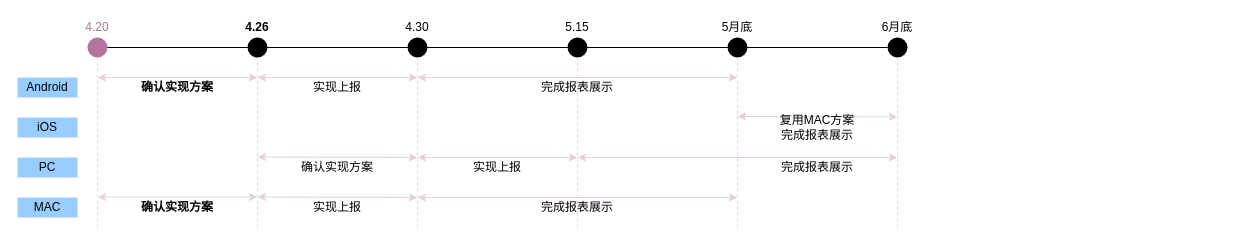
Earlier version of the draw.io diagram 启动任务进度.drawio (Cmdone/Draw.io). Source tidied: cells renumbered, new cells numbered last; positions are measured from the earlier drawing's top-left corner, leaving out a move shared by most shapes. Both pictures are drawn from the tidied source at 100%, with x=0, y=0 at pixel (17, 17).
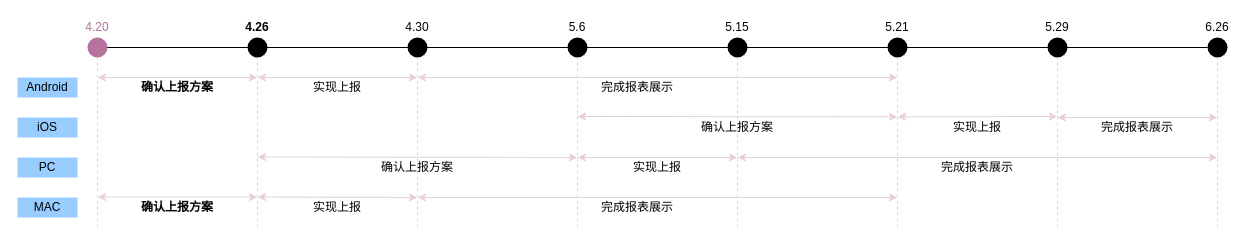
After the change.

Commit message (it also covers changes not shown here):
Update 启动任务进度.drawio

The edit, as a diff of the source:
```diff
@@
     <mxCell id="2" style="endArrow=classic;startArrow=classic;html=1;strokeColor=#E6D0DE;" parent="1" edge="1">
       <mxGeometry relative="1" as="geometry">
         <mxPoint x="880" y="99.3" as="sourcePoint" />
-        <mxPoint x="720" y="99" as="targetPoint" />
+        <mxPoint x="560" y="99" as="targetPoint" />
       </mxGeometry>
     </mxCell>
@@
-    <mxCell id="4" style="endArrow=none;html=1;" parent="1" edge="1" target="15">
+    <mxCell id="4" style="endArrow=none;html=1;" parent="1" edge="1" target="47">
       <mxGeometry relative="1" as="geometry">
         <mxPoint x="80" y="30" as="sourcePoint" />
       </mxGeometry>
     </mxCell>
@@
     <mxCell id="11" style="shape=ellipse;fillColor=#000000;strokeColor=none;html=1;" parent="1" vertex="1">
-      <mxGeometry x="550" y="20" width="20" height="20" as="geometry" />
+      <mxGeometry x="710" y="20" width="20" height="20" as="geometry" />
     </mxCell>
     <mxCell id="12" value="5.15" style="text;html=1;strokeColor=none;fillColor=none;align=center;verticalAlign=middle;whiteSpace=wrap;rounded=0;" parent="1" vertex="1">
-      <mxGeometry x="540" width="40" height="20" as="geometry" />
+      <mxGeometry x="700" width="40" height="20" as="geometry" />
     </mxCell>
     <mxCell id="13" style="shape=ellipse;fillColor=#000000;strokeColor=none;html=1;" parent="1" vertex="1">
-      <mxGeometry x="710" y="20" width="20" height="20" as="geometry" />
+      <mxGeometry x="870" y="20" width="20" height="20" as="geometry" />
     </mxCell>
-    <mxCell id="14" value="5月底" style="text;html=1;strokeColor=none;fillColor=none;align=center;verticalAlign=middle;whiteSpace=wrap;rounded=0;" parent="1" vertex="1">
-      <mxGeometry x="700" width="40" height="20" as="geometry" />
+    <mxCell id="14" value="5.21" style="text;html=1;strokeColor=none;fillColor=none;align=center;verticalAlign=middle;whiteSpace=wrap;rounded=0;" parent="1" vertex="1">
+      <mxGeometry x="860" width="40" height="20" as="geometry" />
     </mxCell>
     <mxCell id="15" style="shape=ellipse;fillColor=#000000;strokeColor=none;html=1;" parent="1" vertex="1">
-      <mxGeometry x="870" y="20" width="20" height="20" as="geometry" />
+      <mxGeometry x="1030" y="20" width="20" height="20" as="geometry" />
     </mxCell>
-    <mxCell id="16" value="6月底" style="text;html=1;strokeColor=none;fillColor=none;align=center;verticalAlign=middle;whiteSpace=wrap;rounded=0;" parent="1" vertex="1">
-      <mxGeometry x="860" width="40" height="20" as="geometry" />
+    <mxCell id="16" value="5.29" style="text;html=1;strokeColor=none;fillColor=none;align=center;verticalAlign=middle;whiteSpace=wrap;rounded=0;" parent="1" vertex="1">
+      <mxGeometry x="1020" width="40" height="20" as="geometry" />
     </mxCell>
@@
-    <mxCell id="21" value="&lt;b&gt;确认实现方案&lt;/b&gt;" style="text;html=1;strokeColor=none;fillColor=none;align=center;verticalAlign=middle;whiteSpace=wrap;rounded=0;" parent="1" vertex="1">
+    <mxCell id="21" value="&lt;b&gt;确认上报方案&lt;/b&gt;" style="text;html=1;strokeColor=none;fillColor=none;align=center;verticalAlign=middle;whiteSpace=wrap;rounded=0;" parent="1" vertex="1">
       <mxGeometry x="120" y="60" width="80" height="20" as="geometry" />
     </mxCell>
-    <mxCell id="22" value="&lt;b&gt;确认实现方案&lt;/b&gt;" style="text;html=1;strokeColor=none;fillColor=none;align=center;verticalAlign=middle;whiteSpace=wrap;rounded=0;" parent="1" vertex="1">
+    <mxCell id="22" value="&lt;b&gt;确认上报方案&lt;/b&gt;" style="text;html=1;strokeColor=none;fillColor=none;align=center;verticalAlign=middle;whiteSpace=wrap;rounded=0;" parent="1" vertex="1">
       <mxGeometry x="120" y="180" width="80" height="20" as="geometry" />
     </mxCell>
@@
-    <mxCell id="27" value="确认实现方案" style="text;html=1;strokeColor=none;fillColor=none;align=center;verticalAlign=middle;whiteSpace=wrap;rounded=0;" parent="1" vertex="1">
-      <mxGeometry x="280" y="140" width="80" height="20" as="geometry" />
+    <mxCell id="27" value="确认上报方案" style="text;html=1;strokeColor=none;fillColor=none;align=center;verticalAlign=middle;whiteSpace=wrap;rounded=0;" parent="1" vertex="1">
+      <mxGeometry x="360" y="140" width="80" height="20" as="geometry" />
     </mxCell>
     <mxCell id="28" value="实现上报" style="text;html=1;strokeColor=none;fillColor=none;align=center;verticalAlign=middle;whiteSpace=wrap;rounded=0;" parent="1" vertex="1">
-      <mxGeometry x="440" y="140" width="80" height="20" as="geometry" />
+      <mxGeometry x="600" y="140" width="80" height="20" as="geometry" />
     </mxCell>
     <mxCell id="29" style="endArrow=none;dashed=1;html=1;strokeColor=#E6D0DE;" parent="1" edge="1" target="11">
       <mxGeometry relative="1" as="geometry">
-        <mxPoint x="560" y="210" as="sourcePoint" />
+        <mxPoint x="720" y="210" as="sourcePoint" />
       </mxGeometry>
     </mxCell>
@@
     <mxCell id="34" style="endArrow=classic;startArrow=classic;html=1;strokeColor=#E6D0DE;" parent="1" edge="1">
       <mxGeometry relative="1" as="geometry">
-        <mxPoint x="400" y="140" as="sourcePoint" />
+        <mxPoint x="560" y="140" as="sourcePoint" />
         <mxPoint x="240" y="139.5" as="targetPoint" />
       </mxGeometry>
     </mxCell>
-    <mxCell id="35" style="endArrow=classic;startArrow=classic;html=1;strokeColor=#E6D0DE;" parent="1" edge="1">
-      <mxGeometry relative="1" as="geometry">
-        <mxPoint x="400" y="140" as="sourcePoint" />
-        <mxPoint x="560" y="140" as="targetPoint" />
-      </mxGeometry>
-    </mxCell>
     <mxCell id="36" value="完成报表展示" style="text;html=1;strokeColor=none;fillColor=none;align=center;verticalAlign=middle;whiteSpace=wrap;rounded=0;" parent="1" vertex="1">
-      <mxGeometry x="520" y="60" width="80" height="20" as="geometry" />
+      <mxGeometry x="580" y="60" width="80" height="20" as="geometry" />
     </mxCell>
     <mxCell id="37" style="endArrow=classic;startArrow=classic;html=1;strokeColor=#E6D0DE;" parent="1" edge="1">
       <mxGeometry relative="1" as="geometry">
         <mxPoint x="400" y="60" as="sourcePoint" />
-        <mxPoint x="720" y="60" as="targetPoint" />
+        <mxPoint x="880" y="60" as="targetPoint" />
       </mxGeometry>
     </mxCell>
     <mxCell id="38" value="完成报表展示" style="text;html=1;strokeColor=none;fillColor=none;align=center;verticalAlign=middle;whiteSpace=wrap;rounded=0;" parent="1" vertex="1">
-      <mxGeometry x="520" y="180" width="80" height="20" as="geometry" />
+      <mxGeometry x="580" y="180" width="80" height="20" as="geometry" />
     </mxCell>
     <mxCell id="39" style="endArrow=classic;startArrow=classic;html=1;strokeColor=#E6D0DE;" parent="1" edge="1">
       <mxGeometry relative="1" as="geometry">
         <mxPoint x="400" y="180" as="sourcePoint" />
-        <mxPoint x="720" y="180" as="targetPoint" />
+        <mxPoint x="880" y="180" as="targetPoint" />
       </mxGeometry>
     </mxCell>
     <mxCell id="40" style="endArrow=none;dashed=1;html=1;strokeColor=#E6D0DE;" parent="1" edge="1" target="13">
       <mxGeometry relative="1" as="geometry">
-        <mxPoint x="720" y="210" as="sourcePoint" />
+        <mxPoint x="880" y="210" as="sourcePoint" />
       </mxGeometry>
     </mxCell>
     <mxCell id="41" style="endArrow=none;dashed=1;html=1;strokeColor=#E6D0DE;" parent="1" edge="1" target="15">
       <mxGeometry relative="1" as="geometry">
-        <mxPoint x="880" y="210" as="sourcePoint" />
+        <mxPoint x="1040" y="210" as="sourcePoint" />
       </mxGeometry>
     </mxCell>
-    <mxCell id="42" value="完成报表展示" style="text;html=1;strokeColor=none;fillColor=none;align=center;verticalAlign=middle;whiteSpace=wrap;rounded=0;" parent="1" vertex="1">
-      <mxGeometry x="760" y="140" width="80" height="20" as="geometry" />
-    </mxCell>
     <mxCell id="43" style="endArrow=classic;startArrow=classic;html=1;strokeColor=#E6D0DE;" parent="1" edge="1">
       <mxGeometry relative="1" as="geometry">
-        <mxPoint x="880" y="140" as="sourcePoint" />
+        <mxPoint x="720" y="140" as="sourcePoint" />
         <mxPoint x="560" y="140" as="targetPoint" />
       </mxGeometry>
     </mxCell>
-    <mxCell id="44" value="复用MAC方案&lt;br&gt;完成报表展示" style="text;html=1;strokeColor=none;fillColor=none;align=center;verticalAlign=middle;whiteSpace=wrap;rounded=0;" parent="1" vertex="1">
-      <mxGeometry x="760" y="100" width="80" height="20" as="geometry" />
-    </mxCell>
+    <mxCell id="45" style="shape=ellipse;fillColor=#000000;strokeColor=none;html=1;" parent="1" vertex="1">
+      <mxGeometry x="550" y="20" width="20" height="20" as="geometry" />
+    </mxCell>
+    <mxCell id="46" value="5.6" style="text;html=1;strokeColor=none;fillColor=none;align=center;verticalAlign=middle;whiteSpace=wrap;rounded=0;" parent="1" vertex="1">
+      <mxGeometry x="540" width="40" height="20" as="geometry" />
+    </mxCell>
+    <mxCell id="47" style="shape=ellipse;fillColor=#000000;strokeColor=none;html=1;" parent="1" vertex="1">
+      <mxGeometry x="1190" y="20" width="20" height="20" as="geometry" />
+    </mxCell>
+    <mxCell id="48" value="6.26" style="text;html=1;strokeColor=none;fillColor=none;align=center;verticalAlign=middle;whiteSpace=wrap;rounded=0;" parent="1" vertex="1">
+      <mxGeometry x="1180" width="40" height="20" as="geometry" />
+    </mxCell>
+    <mxCell id="49" style="endArrow=none;dashed=1;html=1;strokeColor=#E6D0DE;" parent="1" edge="1" target="47">
+      <mxGeometry relative="1" as="geometry">
+        <mxPoint x="1200" y="210" as="sourcePoint" />
+      </mxGeometry>
+    </mxCell>
+    <mxCell id="50" value="确认上报方案" style="text;html=1;strokeColor=none;fillColor=none;align=center;verticalAlign=middle;whiteSpace=wrap;rounded=0;" parent="1" vertex="1">
+      <mxGeometry x="680" y="100" width="80" height="20" as="geometry" />
+    </mxCell>
+    <mxCell id="51" style="endArrow=none;dashed=1;html=1;strokeColor=#E6D0DE;" parent="1" edge="1" target="45">
+      <mxGeometry relative="1" as="geometry">
+        <mxPoint x="560" y="210" as="sourcePoint" />
+      </mxGeometry>
+    </mxCell>
+    <mxCell id="52" value="实现上报" style="text;html=1;strokeColor=none;fillColor=none;align=center;verticalAlign=middle;whiteSpace=wrap;rounded=0;" parent="1" vertex="1">
+      <mxGeometry x="920" y="100" width="80" height="20" as="geometry" />
+    </mxCell>
+    <mxCell id="53" style="endArrow=classic;startArrow=classic;html=1;strokeColor=#E6D0DE;" parent="1" edge="1">
+      <mxGeometry relative="1" as="geometry">
+        <mxPoint x="880" y="99.3" as="sourcePoint" />
+        <mxPoint x="1040" y="99" as="targetPoint" />
+      </mxGeometry>
+    </mxCell>
+    <mxCell id="54" style="endArrow=classic;startArrow=classic;html=1;strokeColor=#E6D0DE;" parent="1" edge="1">
+      <mxGeometry relative="1" as="geometry">
+        <mxPoint x="720" y="140" as="sourcePoint" />
+        <mxPoint x="1200" y="140" as="targetPoint" />
+      </mxGeometry>
+    </mxCell>
+    <mxCell id="55" style="endArrow=classic;startArrow=classic;html=1;strokeColor=#E6D0DE;" parent="1" edge="1">
+      <mxGeometry relative="1" as="geometry">
+        <mxPoint x="1200" y="100" as="sourcePoint" />
+        <mxPoint x="1040" y="100" as="targetPoint" />
+      </mxGeometry>
+    </mxCell>
+    <mxCell id="56" value="完成报表展示" style="text;html=1;strokeColor=none;fillColor=none;align=center;verticalAlign=middle;whiteSpace=wrap;rounded=0;" parent="1" vertex="1">
+      <mxGeometry x="1080" y="100" width="80" height="20" as="geometry" />
+    </mxCell>
+    <mxCell id="57" value="完成报表展示" style="text;html=1;strokeColor=none;fillColor=none;align=center;verticalAlign=middle;whiteSpace=wrap;rounded=0;" parent="1" vertex="1">
+      <mxGeometry x="920" y="140" width="80" height="20" as="geometry" />
+    </mxCell>
```
